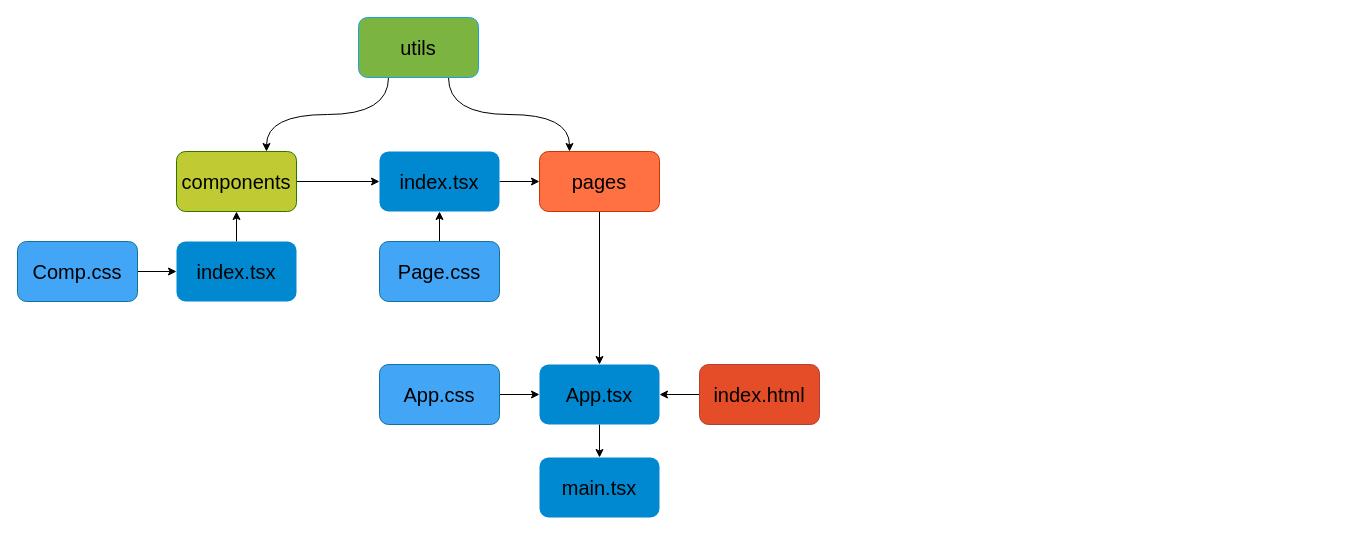
This is blueprints/frontendSoftwareDesign.drawio from MelcherMate/Bioversee_Webapp, a draw.io file, before an edit. Source tidied: cells renumbered, new cells numbered last; positions are measured from the earlier drawing's top-left corner, leaving out a move shared by most shapes. Both pictures are drawn from the tidied source at 100%, with x=0, y=0 at pixel (17, 17).
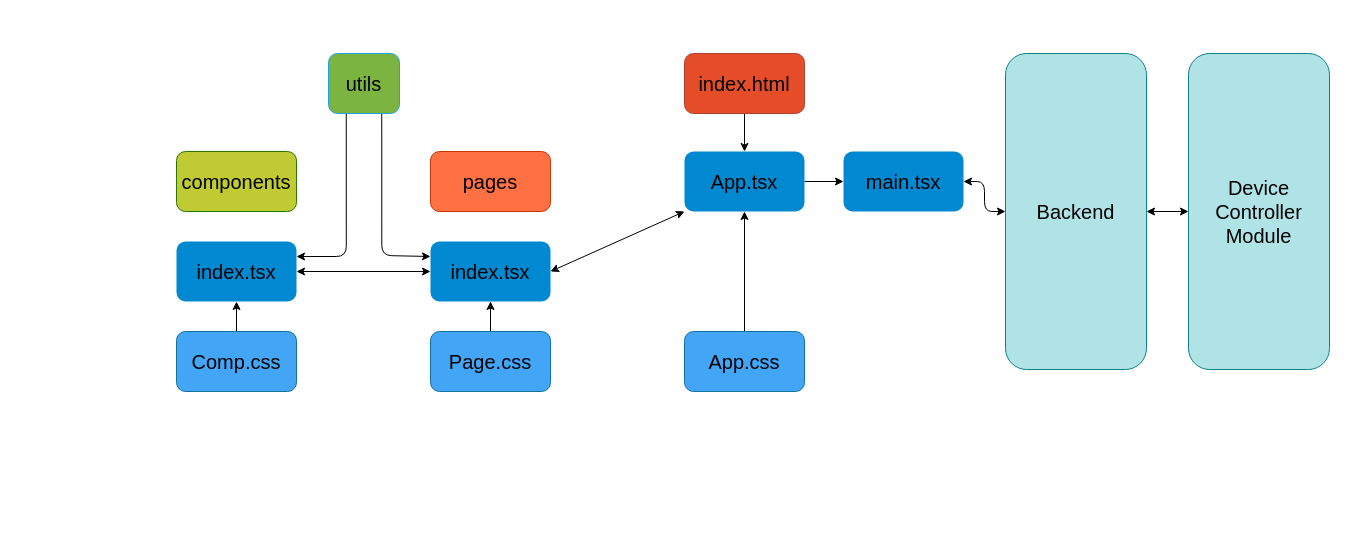
After the change.

The change refers to these unchanged cells:
```xml
<mxCell id="17" value="&lt;font color=&quot;#000000&quot;&gt;components&lt;/font&gt;" style="rounded=1;whiteSpace=wrap;html=1;fontSize=20;fillColor=#C0CB34;strokeColor=#2D7600;fontColor=#ffffff;" parent="1" vertex="1">
  <mxGeometry x="159" y="134" width="120" height="60" as="geometry" />
</mxCell>
<mxCell id="19" value="&lt;font color=&quot;#000000&quot;&gt;index.tsx&lt;/font&gt;" style="whiteSpace=wrap;html=1;fontSize=20;fillColor=#0088d1;strokeColor=none;rounded=1;" parent="1" vertex="1">
  <mxGeometry x="159" y="224" width="120" height="60" as="geometry" />
</mxCell>
```

The edit, as a diff of the source:
```diff
@@
-    <mxCell id="2" style="edgeStyle=none;html=1;exitX=0;exitY=0.5;exitDx=0;exitDy=0;entryX=1;entryY=0.5;entryDx=0;entryDy=0;strokeColor=#000000;" parent="1" edge="1" source="3" target="8">
+    <mxCell id="2" style="edgeStyle=none;sketch=0;hachureGap=4;jiggle=2;curveFitting=1;html=1;exitX=0.5;exitY=1;exitDx=0;exitDy=0;entryX=0.5;entryY=0;entryDx=0;entryDy=0;strokeColor=#000000;fontFamily=Architects Daughter;fontSize=16;startArrow=none;startFill=0;endArrow=classic;endFill=1;" parent="1" edge="1" source="3" target="8">
       <mxGeometry relative="1" as="geometry" />
     </mxCell>
     <mxCell id="3" value="index.html" style="rounded=1;whiteSpace=wrap;html=1;hachureGap=4;fontFamily=Helvetica;fontSize=20;labelBackgroundColor=none;shadow=0;fillColor=#E44D27;strokeColor=#ae4132;fontColor=#000000;" parent="1" vertex="1">
-      <mxGeometry x="682" y="347" width="120" height="60" as="geometry" />
+      <mxGeometry x="667" y="36" width="120" height="60" as="geometry" />
     </mxCell>
+    <mxCell id="24" style="edgeStyle=orthogonalEdgeStyle;sketch=0;hachureGap=4;jiggle=2;curveFitting=1;html=1;exitX=1;exitY=0.5;exitDx=0;exitDy=0;entryX=0;entryY=0.5;entryDx=0;entryDy=0;strokeColor=#000000;fontFamily=Architects Daughter;fontSize=16;startArrow=classic;startFill=1;endArrow=classic;endFill=1;" parent="1" edge="1" source="4" target="32">
+      <mxGeometry relative="1" as="geometry" />
+    </mxCell>
     <mxCell id="4" value="main.tsx" style="rounded=1;whiteSpace=wrap;html=1;hachureGap=4;fontFamily=Helvetica;fontSize=20;labelBackgroundColor=none;shadow=0;fillColor=#0088d1;strokeColor=none;fontColor=#000000;" parent="1" vertex="1">
-      <mxGeometry x="522" y="440" width="120" height="60" as="geometry" />
+      <mxGeometry x="826" y="134" width="120" height="60" as="geometry" />
     </mxCell>
-    <mxCell id="5" style="edgeStyle=none;html=1;exitX=1;exitY=0.5;exitDx=0;exitDy=0;entryX=0;entryY=0.5;entryDx=0;entryDy=0;strokeColor=#000000;" parent="1" edge="1" source="6" target="8">
+    <mxCell id="5" style="edgeStyle=none;sketch=0;hachureGap=4;jiggle=2;curveFitting=1;html=1;exitX=0.5;exitY=0;exitDx=0;exitDy=0;entryX=0.5;entryY=1;entryDx=0;entryDy=0;strokeColor=#000000;fontFamily=Architects Daughter;fontSize=16;startArrow=none;startFill=0;endArrow=classic;endFill=1;" parent="1" edge="1" source="6" target="8">
       <mxGeometry relative="1" as="geometry" />
     </mxCell>
     <mxCell id="6" value="App.css" style="rounded=1;whiteSpace=wrap;html=1;hachureGap=4;fontFamily=Helvetica;fontSize=20;labelBackgroundColor=none;shadow=0;fillColor=#42a5f6;strokeColor=#10739e;fontColor=#000000;" parent="1" vertex="1">
-      <mxGeometry x="362" y="347" width="120" height="60" as="geometry" />
+      <mxGeometry x="667" y="314" width="120" height="60" as="geometry" />
     </mxCell>
-    <mxCell id="7" style="edgeStyle=none;html=1;exitX=0.5;exitY=1;exitDx=0;exitDy=0;entryX=0.5;entryY=0;entryDx=0;entryDy=0;strokeColor=#000000;" parent="1" edge="1" source="8" target="4">
+    <mxCell id="7" style="edgeStyle=none;sketch=0;hachureGap=4;jiggle=2;curveFitting=1;html=1;exitX=1;exitY=0.5;exitDx=0;exitDy=0;entryX=0;entryY=0.5;entryDx=0;entryDy=0;strokeColor=#000000;fontFamily=Architects Daughter;fontSize=16;startArrow=none;startFill=0;endArrow=classic;endFill=1;" parent="1" edge="1" source="8" target="4">
       <mxGeometry relative="1" as="geometry" />
     </mxCell>
     <mxCell id="8" value="App.tsx" style="rounded=1;whiteSpace=wrap;html=1;hachureGap=4;fontFamily=Helvetica;fontSize=20;labelBackgroundColor=none;shadow=0;fillColor=#0088d1;strokeColor=none;fontColor=#000000;" parent="1" vertex="1">
-      <mxGeometry x="522" y="347" width="120" height="60" as="geometry" />
+      <mxGeometry x="667" y="134" width="120" height="60" as="geometry" />
     </mxCell>
-    <mxCell id="9" style="edgeStyle=none;html=1;exitX=0.5;exitY=1;exitDx=0;exitDy=0;entryX=0.5;entryY=0;entryDx=0;entryDy=0;strokeColor=#000000;fontSize=20;" parent="1" edge="1" source="10" target="8">
-      <mxGeometry relative="1" as="geometry" />
-    </mxCell>
     <mxCell id="10" value="&lt;span style=&quot;font-size: 20px;&quot;&gt;pages&lt;/span&gt;" style="rounded=1;whiteSpace=wrap;html=1;fillColor=#ff7043;fontColor=#000000;strokeColor=#C73500;" parent="1" vertex="1">
-      <mxGeometry x="522" y="134" width="120" height="60" as="geometry" />
+      <mxGeometry x="413" y="134" width="120" height="60" as="geometry" />
     </mxCell>
-    <mxCell id="11" style="edgeStyle=none;html=1;exitX=1;exitY=0.5;exitDx=0;exitDy=0;entryX=0;entryY=0.5;entryDx=0;entryDy=0;strokeColor=#000000;fontSize=20;" parent="1" edge="1" source="14" target="10">
-      <mxGeometry relative="1" as="geometry" />
-    </mxCell>
-    <mxCell id="12" style="edgeStyle=none;html=1;strokeColor=#000000;fontSize=20;fontColor=#000000;startArrow=classic;startFill=1;endArrow=none;endFill=0;" parent="1" edge="1" source="14" target="15">
-      <mxGeometry relative="1" as="geometry" />
-    </mxCell>
-    <mxCell id="13" style="edgeStyle=none;html=1;strokeColor=#000000;fontSize=20;fontColor=#000000;startArrow=classic;startFill=1;endArrow=none;endFill=0;" parent="1" edge="1" source="14" target="17">
-      <mxGeometry relative="1" as="geometry" />
-    </mxCell>
+    <mxCell id="25" style="edgeStyle=none;sketch=0;hachureGap=4;jiggle=2;curveFitting=1;html=1;exitX=1;exitY=0.5;exitDx=0;exitDy=0;entryX=0;entryY=1;entryDx=0;entryDy=0;strokeColor=#000000;fontFamily=Architects Daughter;fontSize=16;startArrow=classic;startFill=1;endArrow=classic;endFill=1;" parent="1" edge="1" source="14" target="8">
+      <mxGeometry relative="1" as="geometry" />
+    </mxCell>
     <mxCell id="14" value="&lt;font color=&quot;#000000&quot;&gt;index.tsx&lt;/font&gt;" style="rounded=1;whiteSpace=wrap;html=1;fontSize=20;fillColor=#0088d1;strokeColor=none;" parent="1" vertex="1">
-      <mxGeometry x="362" y="134" width="120" height="60" as="geometry" />
+      <mxGeometry x="413" y="224" width="120" height="60" as="geometry" />
     </mxCell>
+    <mxCell id="26" style="edgeStyle=none;sketch=0;hachureGap=4;jiggle=2;curveFitting=1;html=1;exitX=0.5;exitY=0;exitDx=0;exitDy=0;entryX=0.5;entryY=1;entryDx=0;entryDy=0;strokeColor=#000000;fontFamily=Architects Daughter;fontSize=16;" parent="1" edge="1" source="15" target="14">
+      <mxGeometry relative="1" as="geometry" />
+    </mxCell>
     <mxCell id="15" value="&lt;font&gt;Page.css&lt;br&gt;&lt;/font&gt;" style="rounded=1;whiteSpace=wrap;html=1;fontSize=20;fillColor=#42a5f6;strokeColor=#10739e;fontColor=#000000;" parent="1" vertex="1">
-      <mxGeometry x="362" y="224" width="120" height="60" as="geometry" />
+      <mxGeometry x="413" y="314" width="120" height="60" as="geometry" />
     </mxCell>
-    <mxCell id="16" style="edgeStyle=none;html=1;strokeColor=#000000;fontSize=20;fontColor=#FFFFFF;startArrow=classic;startFill=1;endArrow=none;endFill=0;" parent="1" edge="1" source="17" target="19">
-      <mxGeometry relative="1" as="geometry" />
-    </mxCell>
@@
-    <mxCell id="18" style="edgeStyle=none;html=1;exitX=0;exitY=0.5;exitDx=0;exitDy=0;entryX=1;entryY=0.5;entryDx=0;entryDy=0;strokeColor=#000000;fontSize=20;fontColor=#000000;startArrow=classic;startFill=1;endArrow=none;endFill=0;" parent="1" edge="1" source="19" target="20">
-      <mxGeometry relative="1" as="geometry" />
-    </mxCell>
+    <mxCell id="27" style="edgeStyle=none;sketch=0;hachureGap=4;jiggle=2;curveFitting=1;html=1;exitX=1;exitY=0.5;exitDx=0;exitDy=0;entryX=0;entryY=0.5;entryDx=0;entryDy=0;strokeColor=#000000;fontFamily=Architects Daughter;fontSize=16;startArrow=classic;startFill=1;" parent="1" edge="1" source="19" target="14">
+      <mxGeometry relative="1" as="geometry" />
+    </mxCell>
@@
+    <mxCell id="28" style="edgeStyle=none;sketch=0;hachureGap=4;jiggle=2;curveFitting=1;html=1;exitX=0.5;exitY=0;exitDx=0;exitDy=0;entryX=0.5;entryY=1;entryDx=0;entryDy=0;strokeColor=#000000;fontFamily=Architects Daughter;fontSize=16;" parent="1" edge="1" source="20" target="19">
+      <mxGeometry relative="1" as="geometry" />
+    </mxCell>
     <mxCell id="20" value="&lt;font&gt;Comp.css&lt;br&gt;&lt;/font&gt;" style="rounded=1;whiteSpace=wrap;html=1;fontSize=20;fillColor=#42a5f6;strokeColor=#10739e;fontColor=#000000;" parent="1" vertex="1">
-      <mxGeometry y="224" width="120" height="60" as="geometry" />
+      <mxGeometry x="159" y="314" width="120" height="60" as="geometry" />
     </mxCell>
-    <mxCell id="21" style="edgeStyle=orthogonalEdgeStyle;html=1;exitX=0.25;exitY=1;exitDx=0;exitDy=0;entryX=0.75;entryY=0;entryDx=0;entryDy=0;strokeColor=#000000;fontSize=20;fontColor=#000000;startArrow=none;startFill=0;endArrow=classic;endFill=1;curved=1;" parent="1" edge="1" source="23" target="17">
-      <mxGeometry relative="1" as="geometry" />
-    </mxCell>
-    <mxCell id="22" style="edgeStyle=orthogonalEdgeStyle;html=1;exitX=0.75;exitY=1;exitDx=0;exitDy=0;entryX=0.25;entryY=0;entryDx=0;entryDy=0;strokeColor=#000000;fontSize=20;fontColor=#000000;startArrow=none;startFill=0;endArrow=classic;endFill=1;curved=1;" parent="1" edge="1" source="23" target="10">
-      <mxGeometry relative="1" as="geometry" />
-    </mxCell>
+    <mxCell id="29" style="edgeStyle=orthogonalEdgeStyle;sketch=0;hachureGap=4;jiggle=2;curveFitting=1;html=1;exitX=0.75;exitY=1;exitDx=0;exitDy=0;entryX=0;entryY=0.25;entryDx=0;entryDy=0;strokeColor=#000000;fontFamily=Architects Daughter;fontSize=16;startArrow=none;startFill=0;endArrow=classic;endFill=1;" parent="1" edge="1" source="23" target="14">
+      <mxGeometry relative="1" as="geometry">
+        <Array as="points">
+          <mxPoint x="364" y="238" />
+          <mxPoint x="413" y="238" />
+        </Array>
+      </mxGeometry>
+    </mxCell>
+    <mxCell id="30" style="edgeStyle=orthogonalEdgeStyle;sketch=0;hachureGap=4;jiggle=2;curveFitting=1;html=1;exitX=0.25;exitY=1;exitDx=0;exitDy=0;entryX=1;entryY=0.25;entryDx=0;entryDy=0;strokeColor=#000000;fontFamily=Architects Daughter;fontSize=16;startArrow=none;startFill=0;endArrow=classic;endFill=1;" parent="1" edge="1" source="23" target="19">
+      <mxGeometry relative="1" as="geometry" />
+    </mxCell>
     <mxCell id="23" value="utils" style="rounded=1;whiteSpace=wrap;html=1;strokeColor=#1BA1E2;fontSize=20;fontColor=#000000;fillColor=#7cb442;" parent="1" vertex="1">
-      <mxGeometry x="341" width="120" height="60" as="geometry" />
+      <mxGeometry x="311" y="36" width="71" height="60" as="geometry" />
     </mxCell>
+    <mxCell id="31" style="edgeStyle=orthogonalEdgeStyle;sketch=0;hachureGap=4;jiggle=2;curveFitting=1;html=1;exitX=1;exitY=0.5;exitDx=0;exitDy=0;entryX=0;entryY=0.5;entryDx=0;entryDy=0;strokeColor=#000000;fontFamily=Architects Daughter;fontSize=16;startArrow=classic;startFill=1;endArrow=classic;endFill=1;" parent="1" edge="1" source="32" target="33">
+      <mxGeometry relative="1" as="geometry" />
+    </mxCell>
+    <mxCell id="32" value="Backend" style="rounded=1;whiteSpace=wrap;html=1;hachureGap=4;fontFamily=Helvetica;fontSize=20;labelBackgroundColor=none;shadow=0;fillColor=#b0e3e6;strokeColor=#0e8088;fontColor=#000000;" parent="1" vertex="1">
+      <mxGeometry x="988" y="36" width="141" height="316" as="geometry" />
+    </mxCell>
+    <mxCell id="33" value="Device Controller Module" style="rounded=1;whiteSpace=wrap;html=1;hachureGap=4;fontFamily=Helvetica;fontSize=20;labelBackgroundColor=none;shadow=0;fillColor=#b0e3e6;strokeColor=#0e8088;fontColor=#000000;" parent="1" vertex="1">
+      <mxGeometry x="1171" y="36" width="141" height="316" as="geometry" />
+    </mxCell>
```
